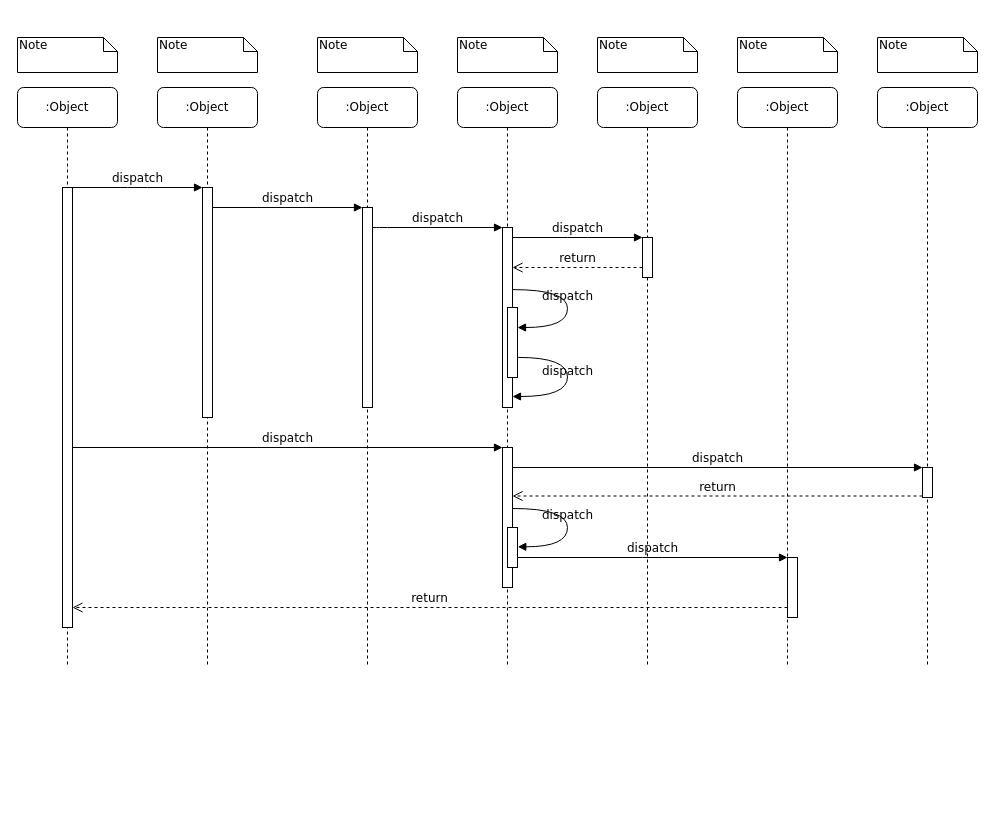
Before: c2p/未命名绘图.drawio in liysh5571/zz-uml, a draw.io diagram. Source tidied: cells renumbered, new cells numbered last; positions are measured from the earlier drawing's top-left corner, leaving out a move shared by most shapes. Both pictures are drawn from the tidied source at 100%, with x=0, y=0 at pixel (17, 37).
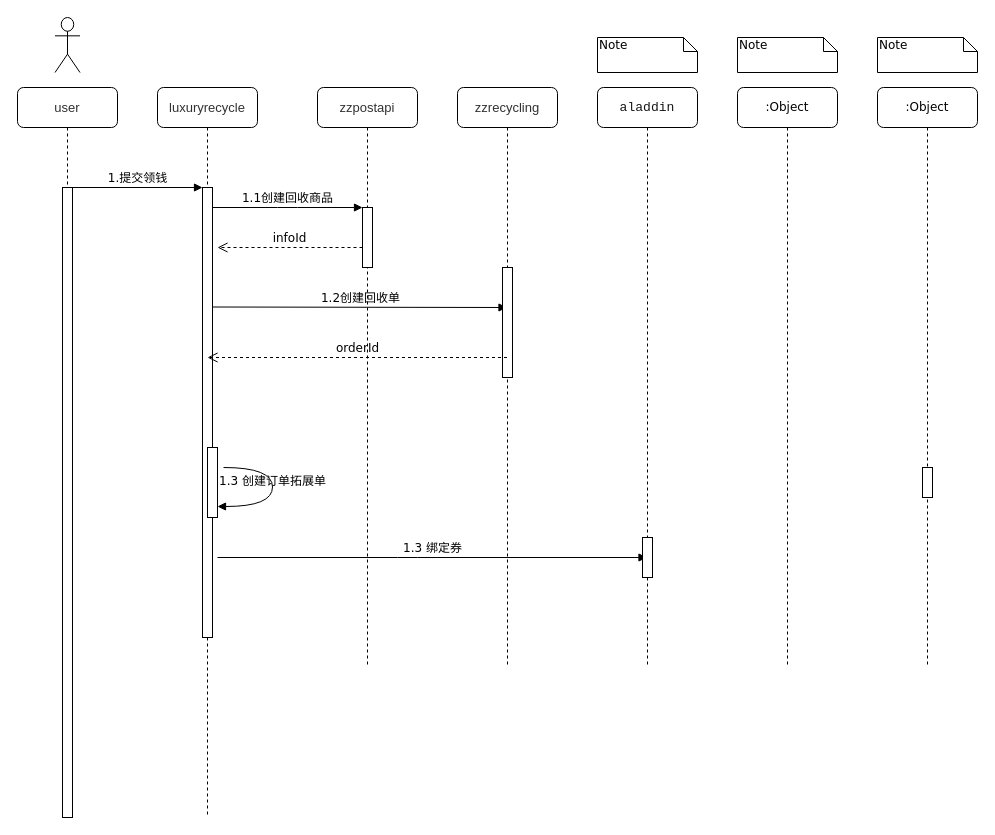
After the change.

The change refers to these unchanged cells:
```xml
<mxCell id="19" style="html=1;points=[];perimeter=orthogonalPerimeter;rounded=0;shadow=0;comic=0;labelBackgroundColor=none;strokeColor=#000000;strokeWidth=1;fillColor=#FFFFFF;fontFamily=Verdana;fontSize=12;fontColor=#000000;align=center;" parent="1" vertex="1">
  <mxGeometry x="905" y="430" width="10" height="30" as="geometry" />
</mxCell>
```

Change to the diagram source:
```diff
@@
-    <mxCell id="2" value=":Object" style="shape=umlLifeline;perimeter=lifelinePerimeter;whiteSpace=wrap;html=1;rounded=1;shadow=0;comic=0;labelBackgroundColor=none;strokeWidth=1;fontFamily=Verdana;fontSize=12;align=center;" parent="1" vertex="1">
-      <mxGeometry x="140" y="50" width="100" height="580" as="geometry" />
+    <mxCell id="2" value="&lt;span style=&quot;color: rgb(50, 50, 50); font-family: &amp;quot;Microsoft YaHei&amp;quot;, 微软雅黑, Arial; font-size: 13px; background-color: rgba(255, 255, 255, 0.01);&quot;&gt;luxuryrecycle&lt;/span&gt;" style="shape=umlLifeline;perimeter=lifelinePerimeter;whiteSpace=wrap;html=1;rounded=1;shadow=0;comic=0;labelBackgroundColor=none;strokeWidth=1;fontFamily=Verdana;fontSize=12;align=center;" parent="1" vertex="1">
+      <mxGeometry x="140" y="50" width="100" height="730" as="geometry" />
     </mxCell>
     <mxCell id="3" style="html=1;points=[];perimeter=orthogonalPerimeter;rounded=0;shadow=0;comic=0;labelBackgroundColor=none;strokeWidth=1;fontFamily=Verdana;fontSize=12;align=center;" parent="2" vertex="1">
-      <mxGeometry x="45" y="100" width="10" height="230" as="geometry" />
+      <mxGeometry x="45" y="100" width="10" height="450" as="geometry" />
     </mxCell>
+    <mxCell id="39" value="1.3 创建订单拓展单" style="html=1;verticalAlign=bottom;endArrow=block;labelBackgroundColor=none;fontFamily=Verdana;fontSize=12;elbow=vertical;edgeStyle=orthogonalEdgeStyle;curved=1;exitX=1.066;exitY=0.713;exitPerimeter=0;" parent="2" edge="1">
+      <mxGeometry relative="1" as="geometry">
+        <mxPoint x="66" y="380" as="sourcePoint" />
+        <mxPoint x="60" y="419" as="targetPoint" />
+        <Array as="points">
+          <mxPoint x="115" y="380" />
+          <mxPoint x="115" y="419" />
+        </Array>
+      </mxGeometry>
+    </mxCell>
+    <mxCell id="40" style="html=1;perimeter=orthogonalPerimeter;rounded=0;shadow=0;comic=0;labelBackgroundColor=none;strokeWidth=1;fontFamily=Verdana;fontSize=12;align=center;" parent="2" vertex="1">
+      <mxGeometry x="50" y="360" width="10" height="70" as="geometry" />
+    </mxCell>
-    <mxCell id="4" value=":Object" style="shape=umlLifeline;perimeter=lifelinePerimeter;whiteSpace=wrap;html=1;rounded=1;shadow=0;comic=0;labelBackgroundColor=none;strokeWidth=1;fontFamily=Verdana;fontSize=12;align=center;" parent="1" vertex="1">
+    <mxCell id="4" value="&lt;span style=&quot;color: rgb(50, 50, 50); font-family: &amp;quot;Microsoft YaHei&amp;quot;, 微软雅黑, Arial; font-size: 13px; background-color: rgba(255, 255, 255, 0.01);&quot;&gt;zzpostapi&lt;/span&gt;" style="shape=umlLifeline;perimeter=lifelinePerimeter;whiteSpace=wrap;html=1;rounded=1;shadow=0;comic=0;labelBackgroundColor=none;strokeWidth=1;fontFamily=Verdana;fontSize=12;align=center;" parent="1" vertex="1">
       <mxGeometry x="300" y="50" width="100" height="580" as="geometry" />
     </mxCell>
     <mxCell id="5" style="html=1;points=[];perimeter=orthogonalPerimeter;rounded=0;shadow=0;comic=0;labelBackgroundColor=none;strokeWidth=1;fontFamily=Verdana;fontSize=12;align=center;" parent="4" vertex="1">
-      <mxGeometry x="45" y="120" width="10" height="200" as="geometry" />
+      <mxGeometry x="45" y="120" width="10" height="60" as="geometry" />
     </mxCell>
+    <mxCell id="41" value="infoId" style="html=1;verticalAlign=bottom;endArrow=open;dashed=1;endSize=8;labelBackgroundColor=none;fontFamily=Verdana;fontSize=12;edgeStyle=elbowEdgeStyle;elbow=vertical;" parent="4" edge="1">
+      <mxGeometry relative="1" as="geometry">
+        <mxPoint x="45" y="160" as="sourcePoint" />
+        <mxPoint x="-100" y="160" as="targetPoint" />
+        <Array as="points">
+          <mxPoint x="-10" y="160" />
+          <mxPoint x="20" y="160" />
+        </Array>
+      </mxGeometry>
+    </mxCell>
+    <mxCell id="42" value="1.2创建回收单" style="html=1;verticalAlign=bottom;endArrow=block;labelBackgroundColor=none;fontFamily=Verdana;fontSize=12;edgeStyle=elbowEdgeStyle;elbow=vertical;" parent="4" edge="1" target="6">
+      <mxGeometry relative="1" as="geometry">
+        <mxPoint x="-105" y="219.5" as="sourcePoint" />
+      </mxGeometry>
+    </mxCell>
+    <mxCell id="43" value="1.3 绑定券" style="html=1;verticalAlign=bottom;endArrow=block;labelBackgroundColor=none;fontFamily=Verdana;fontSize=12;edgeStyle=elbowEdgeStyle;elbow=vertical;" parent="4" edge="1" target="7">
+      <mxGeometry relative="1" as="geometry">
+        <mxPoint x="-100" y="470" as="sourcePoint" />
+      </mxGeometry>
+    </mxCell>
-    <mxCell id="6" value=":Object" style="shape=umlLifeline;perimeter=lifelinePerimeter;whiteSpace=wrap;html=1;outlineConnect=0;rounded=1;shadow=0;comic=0;labelBackgroundColor=none;strokeWidth=1;fontFamily=Verdana;fontSize=12;align=center;" parent="1" vertex="1">
+    <mxCell id="6" value="&lt;span style=&quot;color: rgb(50, 50, 50); font-family: &amp;quot;Microsoft YaHei&amp;quot;, 微软雅黑, Arial; font-size: 13px; background-color: rgba(255, 255, 255, 0.01);&quot;&gt;zzrecycling&lt;/span&gt;" style="shape=umlLifeline;perimeter=lifelinePerimeter;whiteSpace=wrap;html=1;outlineConnect=0;rounded=1;shadow=0;comic=0;labelBackgroundColor=none;strokeWidth=1;fontFamily=Verdana;fontSize=12;align=center;" parent="1" vertex="1">
       <mxGeometry x="440" y="50" width="100" height="580" as="geometry" />
     </mxCell>
-    <mxCell id="7" value=":Object" style="shape=umlLifeline;perimeter=lifelinePerimeter;whiteSpace=wrap;html=1;outlineConnect=0;rounded=1;shadow=0;comic=0;labelBackgroundColor=none;strokeWidth=1;fontFamily=Verdana;fontSize=12;align=center;" parent="1" vertex="1">
+    <mxCell id="7" value="&lt;div style=&quot;&quot;&gt;&lt;pre style=&quot;font-family: &amp;quot;JetBrains Mono&amp;quot;, monospace; font-size: 9.8pt;&quot;&gt;&lt;font style=&quot;background-color: rgb(255, 255, 255);&quot; color=&quot;#161717&quot;&gt;aladdin&lt;/font&gt;&lt;/pre&gt;&lt;/div&gt;" style="shape=umlLifeline;perimeter=lifelinePerimeter;whiteSpace=wrap;html=1;outlineConnect=0;rounded=1;shadow=0;comic=0;labelBackgroundColor=none;strokeWidth=1;fontFamily=Verdana;fontSize=12;align=center;" parent="1" vertex="1">
       <mxGeometry x="580" y="50" width="100" height="580" as="geometry" />
     </mxCell>
+    <mxCell id="14" style="html=1;points=[];perimeter=orthogonalPerimeter;rounded=0;shadow=0;comic=0;labelBackgroundColor=none;strokeWidth=1;fontFamily=Verdana;fontSize=12;align=center;" parent="7" vertex="1">
+      <mxGeometry x="45" y="450" width="10" height="40" as="geometry" />
+    </mxCell>
@@
-    <mxCell id="10" value=":Object" style="shape=umlLifeline;perimeter=lifelinePerimeter;whiteSpace=wrap;html=1;rounded=1;shadow=0;comic=0;labelBackgroundColor=none;strokeWidth=1;fontFamily=Verdana;fontSize=12;align=center;" parent="1" vertex="1">
-      <mxGeometry y="50" width="100" height="580" as="geometry" />
+    <mxCell id="10" value="&lt;span style=&quot;color: rgb(50, 50, 50); font-family: &amp;quot;Microsoft YaHei&amp;quot;, 微软雅黑, Arial; font-size: 13px; background-color: rgba(255, 255, 255, 0.01);&quot;&gt;user&lt;/span&gt;" style="shape=umlLifeline;perimeter=lifelinePerimeter;whiteSpace=wrap;html=1;rounded=1;shadow=0;comic=0;labelBackgroundColor=none;strokeWidth=1;fontFamily=Verdana;fontSize=12;align=center;" parent="1" vertex="1">
+      <mxGeometry y="50" width="100" height="730" as="geometry" />
     </mxCell>
     <mxCell id="11" style="html=1;points=[];perimeter=orthogonalPerimeter;rounded=0;shadow=0;comic=0;labelBackgroundColor=none;strokeWidth=1;fontFamily=Verdana;fontSize=12;align=center;" parent="10" vertex="1">
-      <mxGeometry x="45" y="100" width="10" height="440" as="geometry" />
+      <mxGeometry x="45" y="100" width="10" height="630" as="geometry" />
     </mxCell>
     <mxCell id="12" style="html=1;points=[];perimeter=orthogonalPerimeter;rounded=0;shadow=0;comic=0;labelBackgroundColor=none;strokeWidth=1;fontFamily=Verdana;fontSize=12;align=center;" parent="1" vertex="1">
-      <mxGeometry x="485" y="190" width="10" height="180" as="geometry" />
+      <mxGeometry x="485" y="230" width="10" height="110" as="geometry" />
     </mxCell>
-    <mxCell id="13" value="dispatch" style="html=1;verticalAlign=bottom;endArrow=block;labelBackgroundColor=none;fontFamily=Verdana;fontSize=12;edgeStyle=elbowEdgeStyle;elbow=vertical;" parent="1" edge="1" source="5" target="12">
-      <mxGeometry relative="1" as="geometry">
-        <Array as="points">
-          <mxPoint x="360" y="190" />
-        </Array>
-      </mxGeometry>
-    </mxCell>
-    <mxCell id="14" style="html=1;points=[];perimeter=orthogonalPerimeter;rounded=0;shadow=0;comic=0;labelBackgroundColor=none;strokeWidth=1;fontFamily=Verdana;fontSize=12;align=center;" parent="1" vertex="1">
-      <mxGeometry x="625" y="200" width="10" height="40" as="geometry" />
-    </mxCell>
-    <mxCell id="15" value="dispatch" style="html=1;verticalAlign=bottom;endArrow=block;entryX=0;entryY=0;labelBackgroundColor=none;fontFamily=Verdana;fontSize=12;edgeStyle=elbowEdgeStyle;elbow=vertical;" parent="1" edge="1" source="12" target="14">
-      <mxGeometry relative="1" as="geometry" />
-    </mxCell>
-    <mxCell id="16" value="return" style="html=1;verticalAlign=bottom;endArrow=open;dashed=1;endSize=8;labelBackgroundColor=none;fontFamily=Verdana;fontSize=12;edgeStyle=elbowEdgeStyle;elbow=vertical;" parent="1" edge="1" source="14" target="12">
-      <mxGeometry relative="1" as="geometry">
-        <Array as="points">
-          <mxPoint x="570" y="230" />
-          <mxPoint x="600" y="230" />
-        </Array>
-      </mxGeometry>
-    </mxCell>
-    <mxCell id="17" style="html=1;points=[];perimeter=orthogonalPerimeter;rounded=0;shadow=0;comic=0;labelBackgroundColor=none;strokeWidth=1;fontFamily=Verdana;fontSize=12;align=center;" parent="1" vertex="1">
-      <mxGeometry x="485" y="410" width="10" height="140" as="geometry" />
-    </mxCell>
-    <mxCell id="18" value="dispatch" style="html=1;verticalAlign=bottom;endArrow=block;entryX=0;entryY=0;labelBackgroundColor=none;fontFamily=Verdana;fontSize=12;" parent="1" edge="1" source="11" target="17">
-      <mxGeometry relative="1" as="geometry" />
-    </mxCell>
@@
-    <mxCell id="20" value="dispatch" style="html=1;verticalAlign=bottom;endArrow=block;entryX=0;entryY=0;labelBackgroundColor=none;fontFamily=Verdana;fontSize=12;" parent="1" edge="1" source="17" target="19">
-      <mxGeometry relative="1" as="geometry" />
-    </mxCell>
-    <mxCell id="21" value="return" style="html=1;verticalAlign=bottom;endArrow=open;dashed=1;endSize=8;exitX=0;exitY=0.95;labelBackgroundColor=none;fontFamily=Verdana;fontSize=12;" parent="1" edge="1" source="19" target="17">
-      <mxGeometry relative="1" as="geometry" />
-    </mxCell>
-    <mxCell id="22" style="html=1;points=[];perimeter=orthogonalPerimeter;rounded=0;shadow=0;comic=0;labelBackgroundColor=none;strokeWidth=1;fontFamily=Verdana;fontSize=12;align=center;" parent="1" vertex="1">
-      <mxGeometry x="770" y="520" width="10" height="60" as="geometry" />
-    </mxCell>
-    <mxCell id="23" value="dispatch" style="html=1;verticalAlign=bottom;endArrow=block;entryX=0;entryY=0;labelBackgroundColor=none;fontFamily=Verdana;fontSize=12;edgeStyle=elbowEdgeStyle;elbow=vertical;" parent="1" edge="1" source="30" target="22">
-      <mxGeometry relative="1" as="geometry" />
-    </mxCell>
-    <mxCell id="24" value="return" style="html=1;verticalAlign=bottom;endArrow=open;dashed=1;endSize=8;labelBackgroundColor=none;fontFamily=Verdana;fontSize=12;edgeStyle=elbowEdgeStyle;elbow=vertical;" parent="1" edge="1" source="22" target="11">
-      <mxGeometry relative="1" as="geometry">
-        <Array as="points">
-          <mxPoint x="470" y="570" />
-        </Array>
-      </mxGeometry>
-    </mxCell>
-    <mxCell id="25" value="dispatch" style="html=1;verticalAlign=bottom;endArrow=block;entryX=0;entryY=0;labelBackgroundColor=none;fontFamily=Verdana;fontSize=12;edgeStyle=elbowEdgeStyle;elbow=vertical;" parent="1" edge="1" source="11" target="3">
+    <mxCell id="25" value="1.提交领钱" style="html=1;verticalAlign=bottom;endArrow=block;entryX=0;entryY=0;labelBackgroundColor=none;fontFamily=Verdana;fontSize=12;edgeStyle=elbowEdgeStyle;elbow=vertical;" parent="1" edge="1" source="11" target="3">
       <mxGeometry relative="1" as="geometry" />
     </mxCell>
-    <mxCell id="26" value="dispatch" style="html=1;verticalAlign=bottom;endArrow=block;entryX=0;entryY=0;labelBackgroundColor=none;fontFamily=Verdana;fontSize=12;edgeStyle=elbowEdgeStyle;elbow=vertical;" parent="1" edge="1" source="3" target="5">
+    <mxCell id="26" value="1.1创建回收商品" style="html=1;verticalAlign=bottom;endArrow=block;entryX=0;entryY=0;labelBackgroundColor=none;fontFamily=Verdana;fontSize=12;edgeStyle=elbowEdgeStyle;elbow=vertical;" parent="1" edge="1" source="3" target="5">
       <mxGeometry relative="1" as="geometry" />
     </mxCell>
-    <mxCell id="27" style="html=1;points=[];perimeter=orthogonalPerimeter;rounded=0;shadow=0;comic=0;labelBackgroundColor=none;strokeWidth=1;fontFamily=Verdana;fontSize=12;align=center;" parent="1" vertex="1">
-      <mxGeometry x="490" y="270" width="10" height="70" as="geometry" />
-    </mxCell>
-    <mxCell id="28" value="dispatch" style="html=1;verticalAlign=bottom;endArrow=block;labelBackgroundColor=none;fontFamily=Verdana;fontSize=12;elbow=vertical;edgeStyle=orthogonalEdgeStyle;curved=1;entryX=1;entryY=0.286;entryPerimeter=0;exitX=1.038;exitY=0.345;exitPerimeter=0;" parent="1" edge="1" source="12" target="27">
-      <mxGeometry relative="1" as="geometry">
-        <Array as="points">
-          <mxPoint x="550" y="252" />
-          <mxPoint x="550" y="290" />
-        </Array>
-      </mxGeometry>
-    </mxCell>
-    <mxCell id="29" value="dispatch" style="html=1;verticalAlign=bottom;endArrow=block;labelBackgroundColor=none;fontFamily=Verdana;fontSize=12;elbow=vertical;edgeStyle=orthogonalEdgeStyle;curved=1;exitX=1.066;exitY=0.713;exitPerimeter=0;" parent="1" edge="1" source="27">
-      <mxGeometry relative="1" as="geometry">
-        <mxPoint x="495" y="359" as="targetPoint" />
-        <Array as="points">
-          <mxPoint x="550" y="320" />
-          <mxPoint x="550" y="359" />
-        </Array>
-      </mxGeometry>
-    </mxCell>
-    <mxCell id="30" style="html=1;points=[];perimeter=orthogonalPerimeter;rounded=0;shadow=0;comic=0;labelBackgroundColor=none;strokeWidth=1;fontFamily=Verdana;fontSize=12;align=center;" parent="1" vertex="1">
-      <mxGeometry x="490" y="490" width="10" height="40" as="geometry" />
-    </mxCell>
-    <mxCell id="31" value="dispatch" style="html=1;verticalAlign=bottom;endArrow=block;labelBackgroundColor=none;fontFamily=Verdana;fontSize=12;elbow=vertical;edgeStyle=orthogonalEdgeStyle;curved=1;entryX=1;entryY=0.286;entryPerimeter=0;exitX=1.038;exitY=0.345;exitPerimeter=0;" parent="1" edge="1">
-      <mxGeometry relative="1" as="geometry">
-        <mxPoint x="495.3" y="471" as="sourcePoint" />
-        <mxPoint x="500.3" y="509.3" as="targetPoint" />
-        <Array as="points">
-          <mxPoint x="550" y="471" />
-          <mxPoint x="550" y="509" />
-        </Array>
-      </mxGeometry>
-    </mxCell>
-    <mxCell id="32" value="Note" style="shape=note;whiteSpace=wrap;html=1;size=14;verticalAlign=top;align=left;spacingTop=-6;rounded=0;shadow=0;comic=0;labelBackgroundColor=none;strokeWidth=1;fontFamily=Verdana;fontSize=12;" parent="1" vertex="1">
-      <mxGeometry width="100" height="35" as="geometry" />
-    </mxCell>
-    <mxCell id="33" value="Note" style="shape=note;whiteSpace=wrap;html=1;size=14;verticalAlign=top;align=left;spacingTop=-6;rounded=0;shadow=0;comic=0;labelBackgroundColor=none;strokeWidth=1;fontFamily=Verdana;fontSize=12;" parent="1" vertex="1">
-      <mxGeometry x="140" width="100" height="35" as="geometry" />
-    </mxCell>
-    <mxCell id="34" value="Note" style="shape=note;whiteSpace=wrap;html=1;size=14;verticalAlign=top;align=left;spacingTop=-6;rounded=0;shadow=0;comic=0;labelBackgroundColor=none;strokeWidth=1;fontFamily=Verdana;fontSize=12;" parent="1" vertex="1">
-      <mxGeometry x="300" width="100" height="35" as="geometry" />
-    </mxCell>
-    <mxCell id="35" value="Note" style="shape=note;whiteSpace=wrap;html=1;size=14;verticalAlign=top;align=left;spacingTop=-6;rounded=0;shadow=0;comic=0;labelBackgroundColor=none;strokeWidth=1;fontFamily=Verdana;fontSize=12;" parent="1" vertex="1">
-      <mxGeometry x="440" width="100" height="35" as="geometry" />
-    </mxCell>
@@
+    <mxCell id="44" style="shape=umlActor;verticalLabelPosition=bottom;verticalAlign=top;html=1;" parent="1" vertex="1">
+      <mxGeometry x="37.5" y="-20" width="25" height="55" as="geometry" />
+    </mxCell>
+    <mxCell id="45" value="orderId" style="html=1;verticalAlign=bottom;endArrow=open;dashed=1;endSize=8;labelBackgroundColor=none;fontFamily=Verdana;fontSize=12;edgeStyle=elbowEdgeStyle;elbow=vertical;" parent="1" edge="1" source="6">
+      <mxGeometry relative="1" as="geometry">
+        <mxPoint x="190" y="320" as="targetPoint" />
+        <Array as="points">
+          <mxPoint x="280" y="320" />
+          <mxPoint x="310" y="320" />
+        </Array>
+      </mxGeometry>
+    </mxCell>
```
